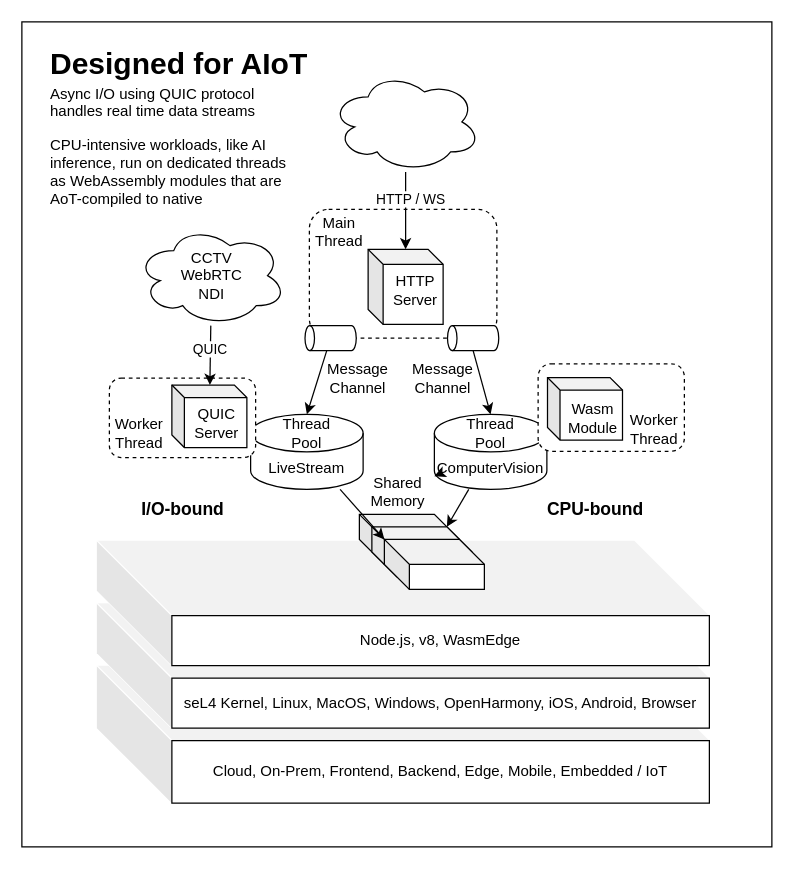
module-federation/aegis-host keeps this draw.io diagram as page "Copy of aiot" (2 of 7) of public/arch.drawio. Above is the earlier version. Source tidied: cells renumbered, new cells numbered last; positions are measured from the earlier drawing's top-left corner, leaving out a move shared by most shapes. Both pictures are drawn from the tidied source at 125%, with x=0, y=0 at pixel (21, 21).
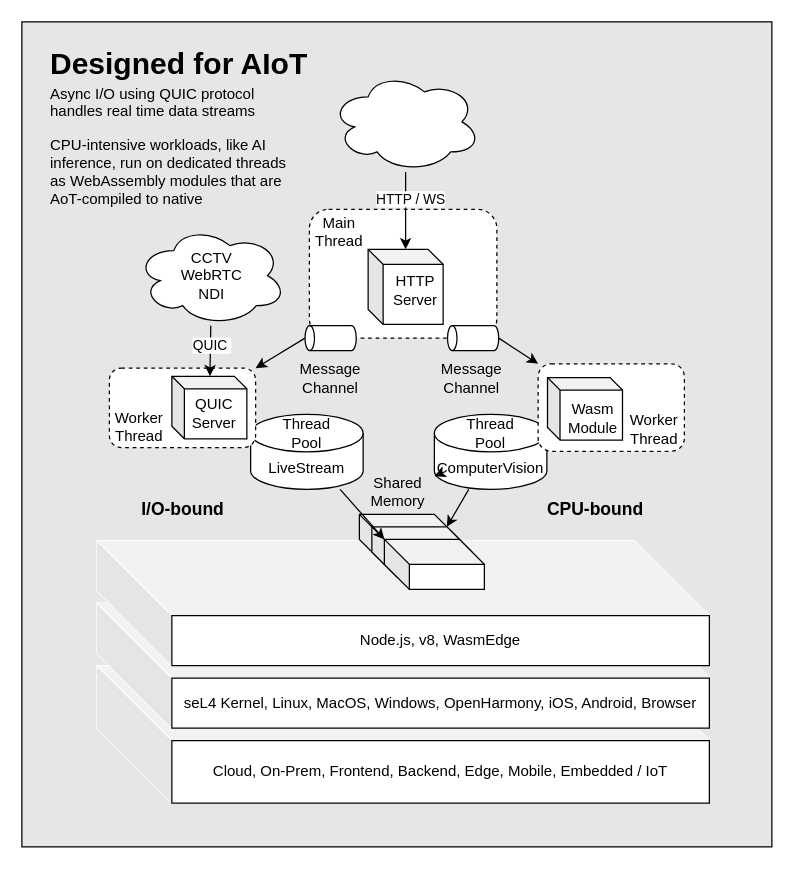
The same diagram, later.

The change refers to these unchanged cells:
```xml
<mxCell id="11" value="Thread Pool" style="text;html=1;strokeColor=none;fillColor=none;align=center;verticalAlign=middle;whiteSpace=wrap;rounded=0;" parent="1" vertex="1">
  <mxGeometry x="198" y="314" width="60" height="30" as="geometry" />
</mxCell>
<mxCell id="12" value="Thread Pool" style="text;html=1;strokeColor=none;fillColor=none;align=center;verticalAlign=middle;whiteSpace=wrap;rounded=0;" parent="1" vertex="1">
  <mxGeometry x="345" y="314" width="60" height="30" as="geometry" />
</mxCell>
<mxCell id="18" style="shape=cylinder3;whiteSpace=wrap;html=1;boundedLbl=1;backgroundOutline=1;size=3.7993349821671814;rotation=-90;" parent="1" vertex="1">
  <mxGeometry x="237" y="232.5" width="20" height="41" as="geometry" />
</mxCell>
<mxCell id="19" style="shape=cylinder3;whiteSpace=wrap;html=1;boundedLbl=1;backgroundOutline=1;size=3.7993349821671814;rotation=-90;" parent="1" vertex="1">
  <mxGeometry x="351" y="232.5" width="20" height="41" as="geometry" />
</mxCell>
<mxCell id="40" style="rounded=1;whiteSpace=wrap;html=1;dashed=1;" parent="1" vertex="1">
  <mxGeometry x="413" y="273.5" width="117" height="70" as="geometry" />
</mxCell>
```

What changed in the source:
```diff
@@
-    <mxCell id="2" style="whiteSpace=wrap;html=1;" parent="1" vertex="1">
+    <mxCell id="2" style="whiteSpace=wrap;html=1;fillColor=#E6E6E6;" parent="1" vertex="1">
       <mxGeometry width="600" height="660" as="geometry" />
     </mxCell>
@@
-    <mxCell id="13" style="edgeStyle=none;html=1;entryX=0.5;entryY=0;entryDx=0;entryDy=0;startArrow=none;exitX=0;exitY=0.5;exitDx=0;exitDy=0;exitPerimeter=0;" parent="1" edge="1" source="19" target="12">
+    <mxCell id="13" style="edgeStyle=none;html=1;entryX=0;entryY=0;entryDx=0;entryDy=0;startArrow=none;exitX=0.5;exitY=1;exitDx=0;exitDy=0;exitPerimeter=0;" parent="1" edge="1" source="19" target="40">
       <mxGeometry relative="1" as="geometry" />
     </mxCell>
-    <mxCell id="14" style="edgeStyle=none;html=1;entryX=0.5;entryY=0;entryDx=0;entryDy=0;startArrow=none;" parent="1" edge="1" source="18" target="11">
+    <mxCell id="14" style="edgeStyle=none;html=1;entryX=1;entryY=0;entryDx=0;entryDy=0;startArrow=none;exitX=0.5;exitY=0;exitDx=0;exitDy=0;exitPerimeter=0;" parent="1" edge="1" source="18" target="34">
       <mxGeometry relative="1" as="geometry" />
     </mxCell>
@@
     <mxCell id="20" value="Message&lt;br&gt;Channel" style="text;html=1;strokeColor=none;fillColor=none;align=center;verticalAlign=middle;whiteSpace=wrap;rounded=0;" parent="1" vertex="1">
-      <mxGeometry x="307" y="270" width="60" height="30" as="geometry" />
+      <mxGeometry x="330" y="270" width="60" height="30" as="geometry" />
     </mxCell>
     <mxCell id="21" value="Message&lt;br&gt;Channel" style="text;html=1;strokeColor=none;fillColor=none;align=center;verticalAlign=middle;whiteSpace=wrap;rounded=0;" parent="1" vertex="1">
-      <mxGeometry x="239" y="270" width="60" height="30" as="geometry" />
+      <mxGeometry x="217" y="270" width="60" height="30" as="geometry" />
     </mxCell>
@@
     <mxCell id="34" style="rounded=1;whiteSpace=wrap;html=1;dashed=1;" parent="1" vertex="1">
-      <mxGeometry x="70" y="285" width="117" height="63.5" as="geometry" />
+      <mxGeometry x="70" y="277" width="117" height="63.5" as="geometry" />
     </mxCell>
     <mxCell id="35" style="shape=cube;whiteSpace=wrap;html=1;boundedLbl=1;backgroundOutline=1;darkOpacity=0.05;darkOpacity2=0.1;size=10;" parent="1" vertex="1">
-      <mxGeometry x="120" y="290.5" width="60" height="50" as="geometry" />
+      <mxGeometry x="120" y="283.5" width="60" height="50" as="geometry" />
     </mxCell>
     <mxCell id="36" value="QUIC&lt;br&gt;Server" style="text;html=1;strokeColor=none;fillColor=none;align=center;verticalAlign=middle;whiteSpace=wrap;rounded=0;" parent="1" vertex="1">
-      <mxGeometry x="155.5" y="315.5" width="1.5" height="10" as="geometry" />
+      <mxGeometry x="138.5" y="307.5" width="30" height="10" as="geometry" />
     </mxCell>
@@
     <mxCell id="42" value="Worker Thread" style="text;html=1;strokeColor=none;fillColor=none;align=center;verticalAlign=middle;whiteSpace=wrap;rounded=0;" parent="1" vertex="1">
-      <mxGeometry x="63.5" y="314" width="60" height="30" as="geometry" />
+      <mxGeometry x="64" y="308.5" width="60" height="30" as="geometry" />
     </mxCell>
```
